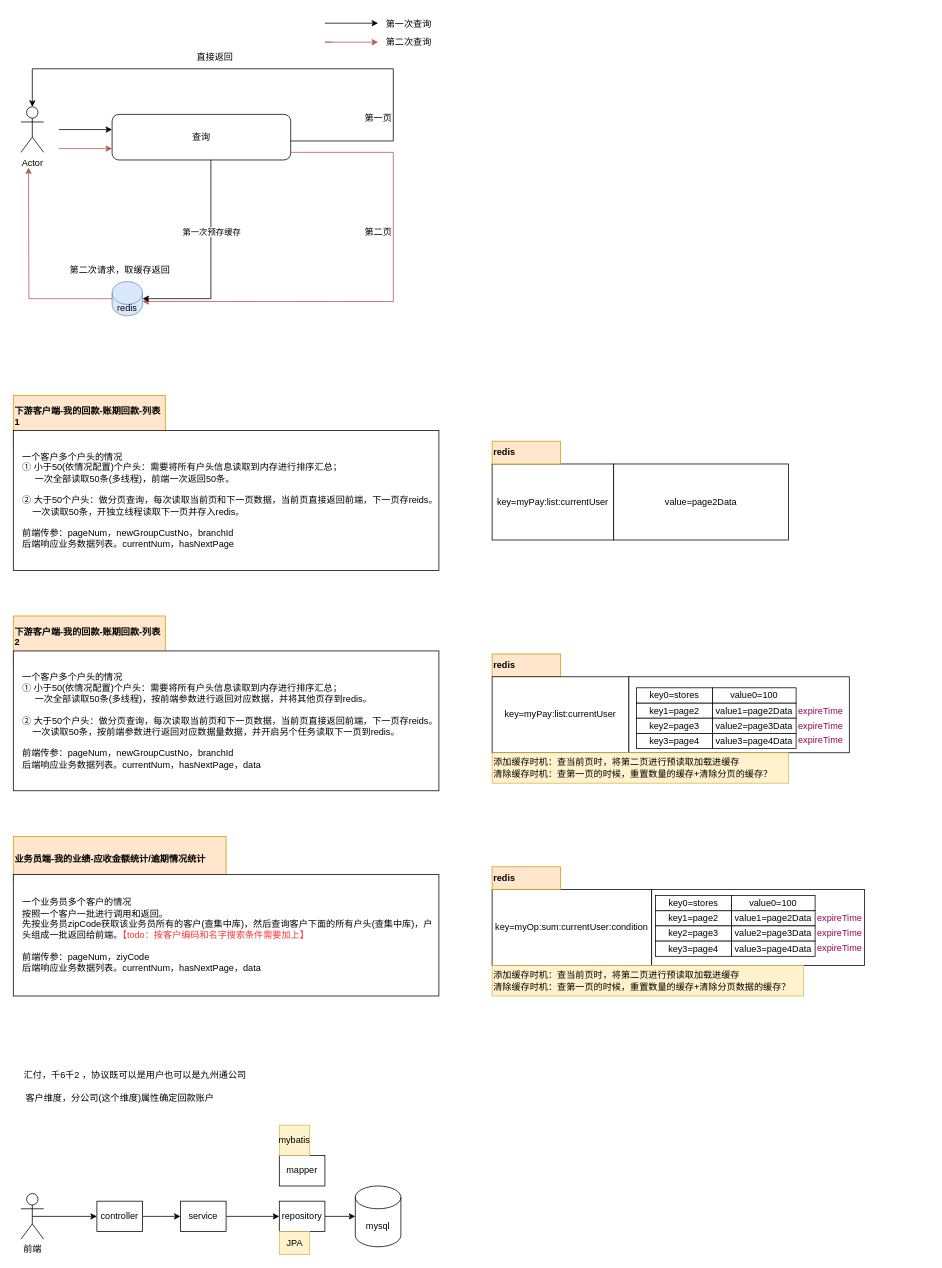
Above: 移动erp-账期还款.drawio in koralcc/resource (draw.io), before the change. Source tidied: cells renumbered, new cells numbered last; positions are measured from the earlier drawing's top-left corner, leaving out a move shared by most shapes. Both pictures are drawn from the tidied source at 76%, with x=0, y=0 at pixel (13, 13).
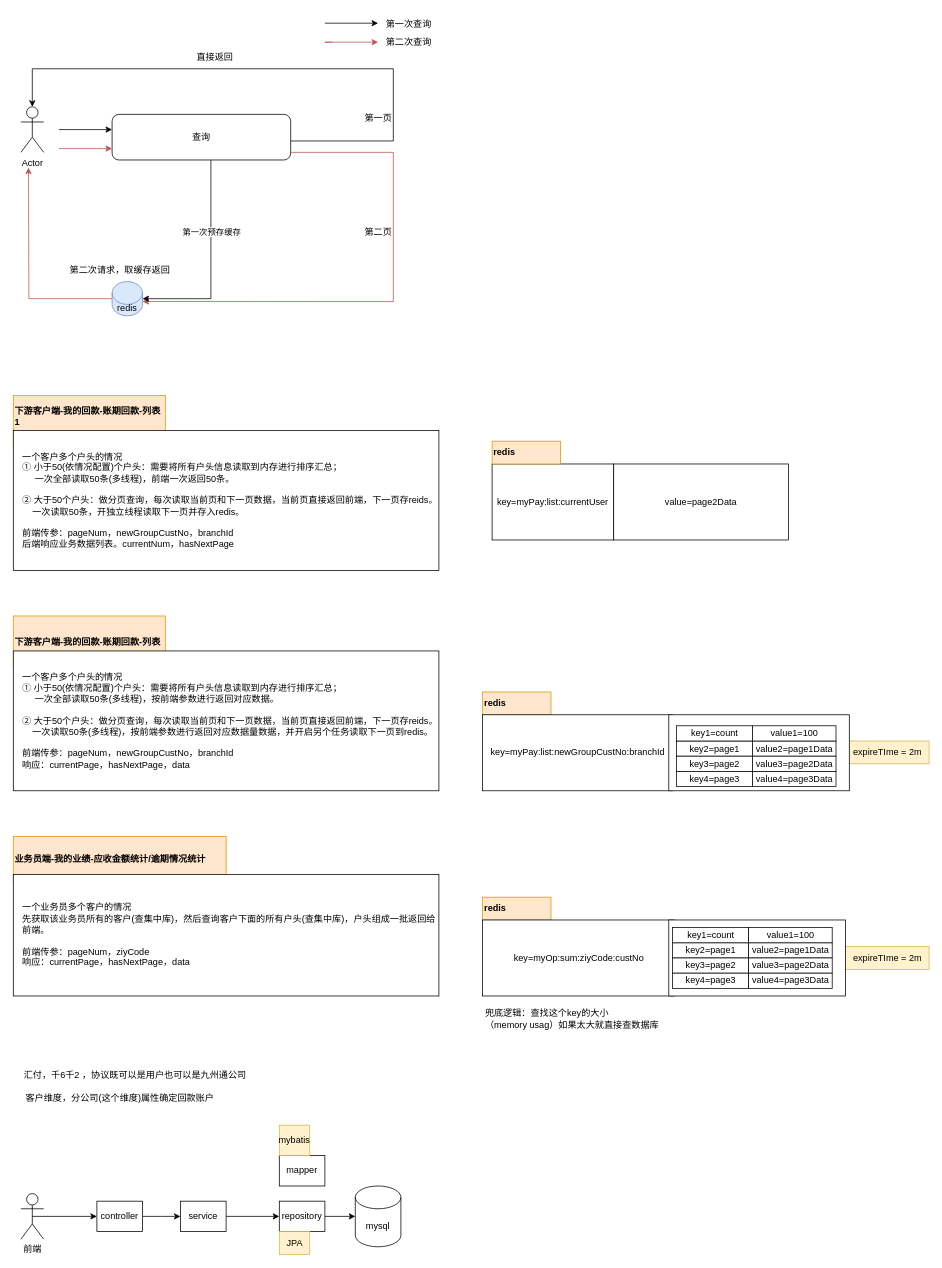
After the change.

Commit message:
更新移动erp-账期还款.drawio

The change refers to these unchanged cells:
```xml
<mxCell id="28" style="group;" parent="26" vertex="1">
  <mxGeometry y="10" width="560" height="200" as="geometry" />
</mxCell>
<mxCell id="34" style="group;" parent="33" vertex="1">
  <mxGeometry width="560" height="230" as="geometry" />
</mxCell>
```

Diff of the diagram source:
```diff
@@
+    <mxCell id="82" value="expireTIme = 2m" style="text;html=1;align=center;verticalAlign=middle;strokeColor=#d6b656;fillColor=#fff2cc;" parent="1" vertex="1">
+      <mxGeometry x="1095" y="1228" width="110" height="30" as="geometry" />
+    </mxCell>
+    <mxCell id="83" value="expireTIme = 2m" style="text;html=1;align=center;verticalAlign=middle;strokeColor=#d6b656;fillColor=#fff2cc;" parent="1" vertex="1">
+      <mxGeometry x="1095" y="957.5" width="110" height="30" as="geometry" />
+    </mxCell>
+    <mxCell id="48" value="&lt;b&gt;redis&lt;/b&gt;" style="rounded=0;whiteSpace=wrap;html=1;align=left;fillColor=#ffe6cc;strokeColor=#d79b00;" parent="1" vertex="1">
+      <mxGeometry x="617.5" y="1163" width="90" height="30" as="geometry" />
+    </mxCell>
     <mxCell id="2" value="&lt;b&gt;redis&lt;/b&gt;" style="rounded=0;whiteSpace=wrap;html=1;align=left;fillColor=#ffe6cc;strokeColor=#d79b00;" parent="1" vertex="1">
-      <mxGeometry x="630" y="843" width="90" height="30" as="geometry" />
+      <mxGeometry x="617.5" y="893" width="90" height="30" as="geometry" />
     </mxCell>
@@
-    <mxCell id="30" value="&lt;br&gt;一个业务员多个客户的情况&lt;br&gt;按照一个客户一批进行调用和返回。&lt;br&gt;先按业务员zipCode获取该业务员所有的客户(查集中库)，然后查询客户下面的所有户头(查集中库)，户头组成一批返回给前端。&lt;font color=&quot;#ff3333&quot;&gt;【todo：按客户编码和名字搜索条件需要加上】&lt;/font&gt;&lt;br&gt;&lt;br&gt;前端传参：pageNum，ziyCode&lt;br&gt;后端响应业务数据列表。currentNum，hasNextPage，data&lt;br&gt;&amp;nbsp;" style="text;html=1;strokeColor=none;fillColor=none;align=left;verticalAlign=middle;whiteSpace=wrap;rounded=0;" parent="28" vertex="1">
+    <mxCell id="30" value="&lt;br&gt;一个业务员多个客户的情况&lt;br&gt;先获取该业务员所有的客户(查集中库)，然后查询客户下面的所有户头(查集中库)，户头组成一批返回给前端。&lt;br&gt;&lt;br&gt;前端传参：pageNum，ziyCode&lt;br&gt;响应：currentPage，hasNextPage，data&lt;br&gt;&amp;nbsp;" style="text;html=1;strokeColor=none;fillColor=none;align=left;verticalAlign=middle;whiteSpace=wrap;rounded=0;" parent="28" vertex="1">
       <mxGeometry x="10" y="50" width="550" height="140" as="geometry" />
     </mxCell>
@@
-    <mxCell id="35" value="&lt;b&gt;下游客户端-我的回款-账期回款-列表2&lt;br&gt;&lt;/b&gt;&lt;br&gt;" style="text;html=1;strokeColor=#d79b00;fillColor=#ffe6cc;align=left;verticalAlign=middle;whiteSpace=wrap;rounded=0;" parent="34" vertex="1">
+    <mxCell id="35" value="&lt;b&gt;下游客户端-我的回款-账期回款-列表&lt;br&gt;&lt;/b&gt;" style="text;html=1;strokeColor=#d79b00;fillColor=#ffe6cc;align=left;verticalAlign=middle;whiteSpace=wrap;rounded=0;" parent="34" vertex="1">
       <mxGeometry width="200" height="69" as="geometry" />
     </mxCell>
@@
-    <mxCell id="37" value="一个客户多个户头的情况&lt;br&gt;① 小于50(依情况配置)个户头：需要将所有户头信息读取到内存进行排序汇总；&lt;br&gt;&amp;nbsp; &amp;nbsp; &amp;nbsp;一次全部读取50条(多线程)，按前端参数进行返回对应数据，并将其他页存到redis。&lt;br&gt;&lt;br&gt;② 大于50个户头：做分页查询，每次读取当前页和下一页数据，当前页直接返回前端，下一页存reids。&lt;br&gt;&amp;nbsp; &amp;nbsp; 一次读取50条，按前端参数进行返回对应数据量数据，并开启另个任务读取下一页到redis。&lt;br&gt;&lt;br&gt;前端传参：pageNum，newGroupCustNo，branchId&lt;br&gt;后端响应业务数据列表。currentNum，hasNextPage，data" style="text;html=1;strokeColor=none;fillColor=none;align=left;verticalAlign=middle;whiteSpace=wrap;rounded=0;" parent="34" vertex="1">
+    <mxCell id="37" value="一个客户多个户头的情况&lt;br&gt;① 小于50(依情况配置)个户头：需要将所有户头信息读取到内存进行排序汇总；&lt;br&gt;&amp;nbsp; &amp;nbsp; &amp;nbsp;一次全部读取50条(多线程)，按前端参数进行返回对应数据。&lt;br&gt;&lt;br&gt;② 大于50个户头：做分页查询，每次读取当前页和下一页数据，当前页直接返回前端，下一页存reids。&lt;br&gt;&amp;nbsp; &amp;nbsp; 一次读取50条(多线程)，按前端参数进行返回对应数据量数据，并开启另个任务读取下一页到redis。&lt;br&gt;&lt;br&gt;前端传参：pageNum，newGroupCustNo，branchId&lt;br&gt;响应：currentPage，hasNextPage，data" style="text;html=1;strokeColor=none;fillColor=none;align=left;verticalAlign=middle;whiteSpace=wrap;rounded=0;" parent="34" vertex="1">
       <mxGeometry x="10" y="57.5" width="550" height="161" as="geometry" />
     </mxCell>
-    <mxCell id="38" value="key=myPay:list:currentUser" style="rounded=0;whiteSpace=wrap;html=1;" parent="1" vertex="1">
-      <mxGeometry x="630" y="873" width="180" height="100" as="geometry" />
+    <mxCell id="38" value="key=myPay:list:newGroupCustNo:branchId" style="rounded=0;whiteSpace=wrap;html=1;" parent="1" vertex="1">
+      <mxGeometry x="617.5" y="923" width="250" height="100" as="geometry" />
     </mxCell>
     <mxCell id="39" style="rounded=0;whiteSpace=wrap;html=1;" parent="1" vertex="1">
-      <mxGeometry x="810" y="873" width="290" height="100" as="geometry" />
+      <mxGeometry x="862.5" y="923" width="237.5" height="100" as="geometry" />
     </mxCell>
-    <mxCell id="40" value="key1=page2" style="rounded=0;whiteSpace=wrap;html=1;" parent="1" vertex="1">
-      <mxGeometry x="820" y="907.5" width="100" height="20" as="geometry" />
+    <mxCell id="40" value="key2=page1" style="rounded=0;whiteSpace=wrap;html=1;" parent="1" vertex="1">
+      <mxGeometry x="872.5" y="957.5" width="100" height="20" as="geometry" />
     </mxCell>
-    <mxCell id="41" value="value1=page2Data" style="rounded=0;whiteSpace=wrap;html=1;" parent="1" vertex="1">
-      <mxGeometry x="920" y="907.5" width="110" height="20" as="geometry" />
+    <mxCell id="41" value="value2=page1Data" style="rounded=0;whiteSpace=wrap;html=1;" parent="1" vertex="1">
+      <mxGeometry x="972.5" y="957.5" width="110" height="20" as="geometry" />
     </mxCell>
-    <mxCell id="42" value="key2=page3" style="rounded=0;whiteSpace=wrap;html=1;" parent="1" vertex="1">
-      <mxGeometry x="820" y="927.5" width="100" height="20" as="geometry" />
+    <mxCell id="42" value="key3=page2" style="rounded=0;whiteSpace=wrap;html=1;" parent="1" vertex="1">
+      <mxGeometry x="872.5" y="977.5" width="100" height="20" as="geometry" />
     </mxCell>
-    <mxCell id="43" value="value2=page3Data" style="rounded=0;whiteSpace=wrap;html=1;" parent="1" vertex="1">
-      <mxGeometry x="920" y="927.5" width="110" height="20" as="geometry" />
+    <mxCell id="43" value="value3=page2Data" style="rounded=0;whiteSpace=wrap;html=1;" parent="1" vertex="1">
+      <mxGeometry x="972.5" y="977.5" width="110" height="20" as="geometry" />
     </mxCell>
-    <mxCell id="44" value="key3=page4" style="rounded=0;whiteSpace=wrap;html=1;" parent="1" vertex="1">
-      <mxGeometry x="820" y="947.5" width="100" height="20" as="geometry" />
+    <mxCell id="44" value="key4=page3" style="rounded=0;whiteSpace=wrap;html=1;" parent="1" vertex="1">
+      <mxGeometry x="872.5" y="997.5" width="100" height="20" as="geometry" />
     </mxCell>
-    <mxCell id="45" value="value3=page4Data" style="rounded=0;whiteSpace=wrap;html=1;" parent="1" vertex="1">
-      <mxGeometry x="920" y="947.5" width="110" height="20" as="geometry" />
+    <mxCell id="45" value="value4=page3Data" style="rounded=0;whiteSpace=wrap;html=1;" parent="1" vertex="1">
+      <mxGeometry x="972.5" y="997.5" width="110" height="20" as="geometry" />
     </mxCell>
-    <mxCell id="46" value="key=myOp:sum:currentUser:condition" style="rounded=0;whiteSpace=wrap;html=1;" parent="1" vertex="1">
-      <mxGeometry x="630" y="1153" width="210" height="100" as="geometry" />
+    <mxCell id="46" value="key=myOp:sum:ziyCode:custNo" style="rounded=0;whiteSpace=wrap;html=1;" parent="1" vertex="1">
+      <mxGeometry x="617.5" y="1193" width="252.5" height="100" as="geometry" />
     </mxCell>
     <mxCell id="47" style="rounded=0;whiteSpace=wrap;html=1;" parent="1" vertex="1">
-      <mxGeometry x="840" y="1153" width="280" height="100" as="geometry" />
+      <mxGeometry x="862.5" y="1193" width="232.5" height="100" as="geometry" />
     </mxCell>
-    <mxCell id="48" value="&lt;b&gt;redis&lt;/b&gt;" style="rounded=0;whiteSpace=wrap;html=1;align=left;fillColor=#ffe6cc;strokeColor=#d79b00;" parent="1" vertex="1">
-      <mxGeometry x="630" y="1123" width="90" height="30" as="geometry" />
-    </mxCell>
@@
-    <mxCell id="64" value="&lt;font color=&quot;#99004d&quot;&gt;expireTime&lt;/font&gt;" style="text;html=1;align=center;verticalAlign=middle;strokeColor=none;fillColor=none;" parent="1" vertex="1">
-      <mxGeometry x="1022" y="903" width="80" height="30" as="geometry" />
-    </mxCell>
-    <mxCell id="65" value="&lt;font color=&quot;#99004d&quot;&gt;expireTime&lt;/font&gt;" style="text;html=1;align=center;verticalAlign=middle;strokeColor=none;fillColor=none;" parent="1" vertex="1">
-      <mxGeometry x="1022" y="923" width="80" height="30" as="geometry" />
-    </mxCell>
-    <mxCell id="66" value="&lt;font color=&quot;#99004d&quot;&gt;expireTime&lt;/font&gt;" style="text;html=1;align=center;verticalAlign=middle;strokeColor=none;fillColor=none;" parent="1" vertex="1">
-      <mxGeometry x="1022" y="942" width="80" height="30" as="geometry" />
-    </mxCell>
-    <mxCell id="67" value="key0=stores" style="rounded=0;whiteSpace=wrap;html=1;" parent="1" vertex="1">
-      <mxGeometry x="820" y="887.5" width="100" height="20" as="geometry" />
+    <mxCell id="67" value="key1=count" style="rounded=0;whiteSpace=wrap;html=1;" parent="1" vertex="1">
+      <mxGeometry x="872.5" y="937.5" width="100" height="20" as="geometry" />
     </mxCell>
-    <mxCell id="68" value="value0=100" style="rounded=0;whiteSpace=wrap;html=1;" parent="1" vertex="1">
-      <mxGeometry x="920" y="887.5" width="110" height="20" as="geometry" />
+    <mxCell id="68" value="value1=100" style="rounded=0;whiteSpace=wrap;html=1;" parent="1" vertex="1">
+      <mxGeometry x="972.5" y="937.5" width="110" height="20" as="geometry" />
     </mxCell>
-    <mxCell id="69" value="添加缓存时机：查当前页时，将第二页进行预读取加载进缓存&lt;br&gt;清除缓存时机：查第一页的时候，重置数量的缓存+清除分页的缓存？" style="text;html=1;align=left;verticalAlign=middle;strokeColor=#d6b656;fillColor=#fff2cc;" parent="1" vertex="1">
-      <mxGeometry x="630" y="973" width="390" height="40" as="geometry" />
-    </mxCell>
-    <mxCell id="70" value="添加缓存时机：查当前页时，将第二页进行预读取加载进缓存&lt;br&gt;清除缓存时机：查第一页的时候，重置数量的缓存+清除分页数据的缓存？" style="text;html=1;align=left;verticalAlign=middle;strokeColor=#d6b656;fillColor=#fff2cc;" parent="1" vertex="1">
-      <mxGeometry x="630" y="1253" width="410" height="40" as="geometry" />
-    </mxCell>
-    <mxCell id="71" value="key1=page2" style="rounded=0;whiteSpace=wrap;html=1;" parent="1" vertex="1">
-      <mxGeometry x="845" y="1180.8" width="100" height="20" as="geometry" />
-    </mxCell>
-    <mxCell id="72" value="value1=page2Data" style="rounded=0;whiteSpace=wrap;html=1;" parent="1" vertex="1">
-      <mxGeometry x="945" y="1180.8" width="110" height="20" as="geometry" />
-    </mxCell>
-    <mxCell id="73" value="key2=page3" style="rounded=0;whiteSpace=wrap;html=1;" parent="1" vertex="1">
-      <mxGeometry x="845" y="1200.8" width="100" height="20" as="geometry" />
-    </mxCell>
-    <mxCell id="74" value="value2=page3Data" style="rounded=0;whiteSpace=wrap;html=1;" parent="1" vertex="1">
-      <mxGeometry x="945" y="1200.8" width="110" height="20" as="geometry" />
-    </mxCell>
-    <mxCell id="75" value="key3=page4" style="rounded=0;whiteSpace=wrap;html=1;" parent="1" vertex="1">
-      <mxGeometry x="845" y="1220.8" width="100" height="20" as="geometry" />
-    </mxCell>
-    <mxCell id="76" value="value3=page4Data" style="rounded=0;whiteSpace=wrap;html=1;" parent="1" vertex="1">
-      <mxGeometry x="945" y="1220.8" width="110" height="20" as="geometry" />
-    </mxCell>
-    <mxCell id="77" value="&lt;font color=&quot;#99004d&quot;&gt;expireTime&lt;/font&gt;" style="text;html=1;align=center;verticalAlign=middle;strokeColor=none;fillColor=none;" parent="1" vertex="1">
-      <mxGeometry x="1047" y="1176.2" width="80" height="30" as="geometry" />
-    </mxCell>
-    <mxCell id="78" value="&lt;font color=&quot;#99004d&quot;&gt;expireTime&lt;/font&gt;" style="text;html=1;align=center;verticalAlign=middle;strokeColor=none;fillColor=none;" parent="1" vertex="1">
-      <mxGeometry x="1047" y="1196.2" width="80" height="30" as="geometry" />
-    </mxCell>
-    <mxCell id="79" value="&lt;font color=&quot;#99004d&quot;&gt;expireTime&lt;/font&gt;" style="text;html=1;align=center;verticalAlign=middle;strokeColor=none;fillColor=none;" parent="1" vertex="1">
-      <mxGeometry x="1047" y="1215.2" width="80" height="30" as="geometry" />
-    </mxCell>
-    <mxCell id="80" value="key0=stores" style="rounded=0;whiteSpace=wrap;html=1;" parent="1" vertex="1">
-      <mxGeometry x="845" y="1160.8" width="100" height="20" as="geometry" />
-    </mxCell>
-    <mxCell id="81" value="value0=100" style="rounded=0;whiteSpace=wrap;html=1;" parent="1" vertex="1">
-      <mxGeometry x="945" y="1160.8" width="110" height="20" as="geometry" />
-    </mxCell>
+    <mxCell id="84" value="key2=page1" style="rounded=0;whiteSpace=wrap;html=1;" parent="1" vertex="1">
+      <mxGeometry x="867.5" y="1223" width="100" height="20" as="geometry" />
+    </mxCell>
+    <mxCell id="85" value="value2=page1Data" style="rounded=0;whiteSpace=wrap;html=1;" parent="1" vertex="1">
+      <mxGeometry x="967.5" y="1223" width="110" height="20" as="geometry" />
+    </mxCell>
+    <mxCell id="86" value="key3=page2" style="rounded=0;whiteSpace=wrap;html=1;" parent="1" vertex="1">
+      <mxGeometry x="867.5" y="1243" width="100" height="20" as="geometry" />
+    </mxCell>
+    <mxCell id="87" value="value3=page2Data" style="rounded=0;whiteSpace=wrap;html=1;" parent="1" vertex="1">
+      <mxGeometry x="967.5" y="1243" width="110" height="20" as="geometry" />
+    </mxCell>
+    <mxCell id="88" value="key4=page3" style="rounded=0;whiteSpace=wrap;html=1;" parent="1" vertex="1">
+      <mxGeometry x="867.5" y="1263" width="100" height="20" as="geometry" />
+    </mxCell>
+    <mxCell id="89" value="value4=page3Data" style="rounded=0;whiteSpace=wrap;html=1;" parent="1" vertex="1">
+      <mxGeometry x="967.5" y="1263" width="110" height="20" as="geometry" />
+    </mxCell>
+    <mxCell id="90" value="key1=count" style="rounded=0;whiteSpace=wrap;html=1;" parent="1" vertex="1">
+      <mxGeometry x="867.5" y="1203" width="100" height="20" as="geometry" />
+    </mxCell>
+    <mxCell id="91" value="value1=100" style="rounded=0;whiteSpace=wrap;html=1;" parent="1" vertex="1">
+      <mxGeometry x="967.5" y="1203" width="110" height="20" as="geometry" />
+    </mxCell>
+    <mxCell id="92" value="兜底逻辑：查找这个key的大小&lt;br&gt;（memory usag）如果太大就直接查数据库" style="text;html=1;align=left;verticalAlign=middle;strokeColor=none;fillColor=none;" parent="1" vertex="1">
+      <mxGeometry x="618.8" y="1303" width="250" height="40" as="geometry" />
+    </mxCell>
```
